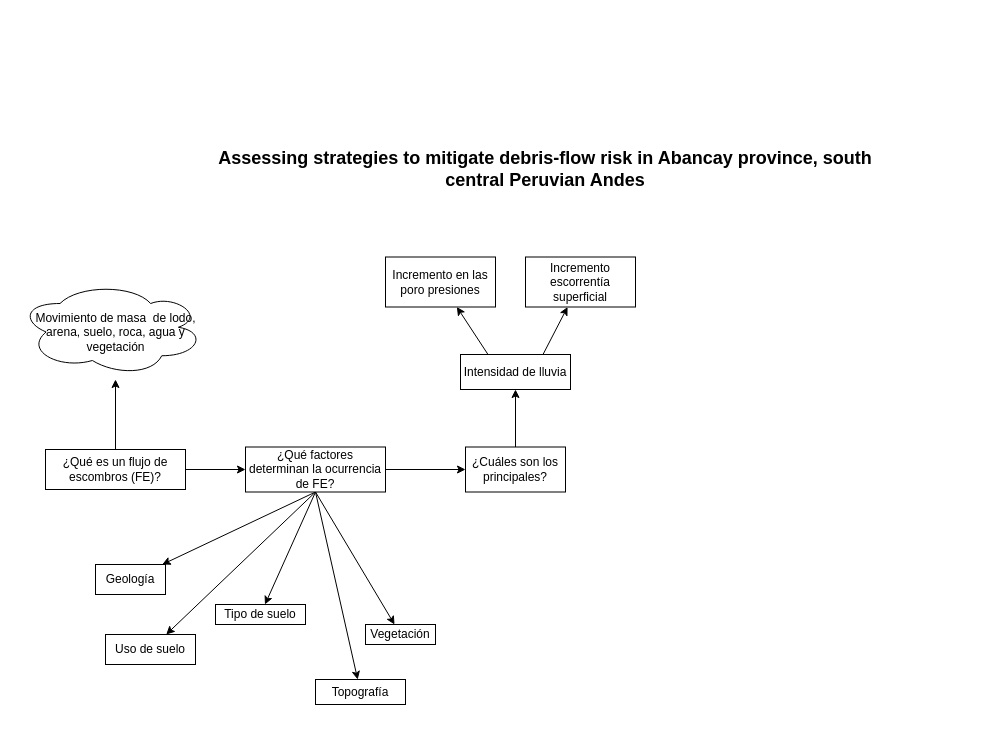
Earlier version of the draw.io diagram Morata_2019_per_paragraph.drawio (YecoG23/chatbot). Source tidied: cells renumbered, new cells numbered last; positions are measured from the earlier drawing's top-left corner, leaving out a move shared by most shapes. Both pictures are drawn from the tidied source at 100%, with x=0, y=0 at pixel (23, 144).
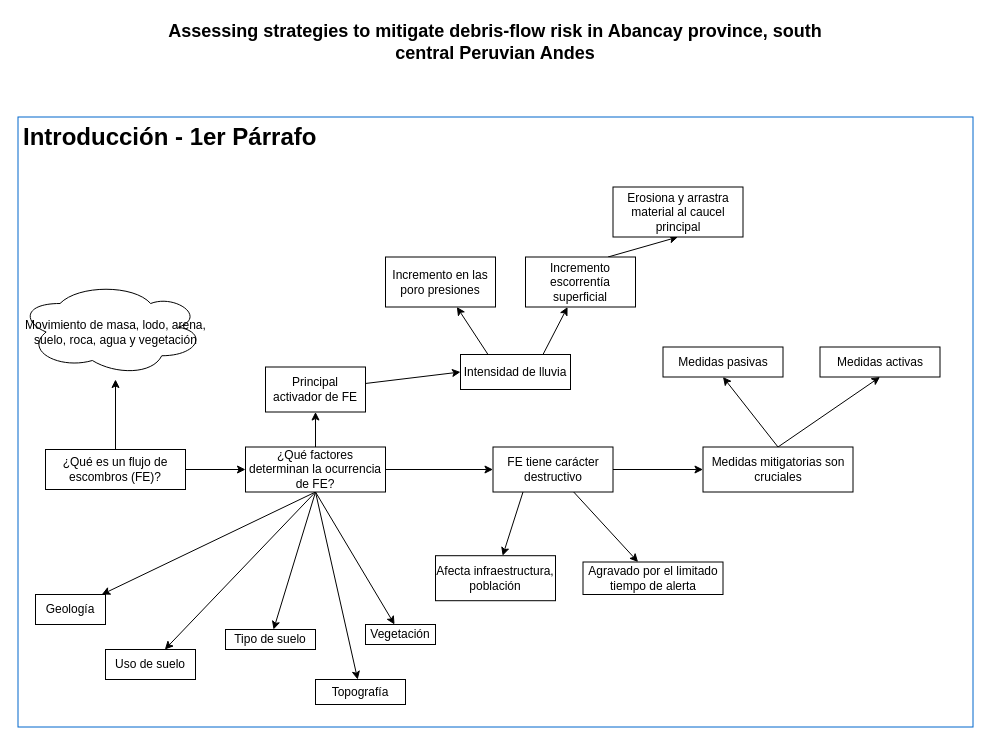
The same page after the edit.

Unchanged cells that the change refers to:
```xml
<mxCell id="14" value="¿Qué factores determinan la ocurrencia de FE?" style="rounded=0;whiteSpace=wrap;html=1;" parent="1" vertex="1">
  <mxGeometry x="222" y="302.5" width="140" height="45" as="geometry" />
</mxCell>
<mxCell id="26" value="Incremento escorrentía superficial" style="rounded=0;whiteSpace=wrap;html=1;" parent="1" vertex="1">
  <mxGeometry x="502" y="112.5" width="110" height="50" as="geometry" />
</mxCell>
<mxCell id="27" value="Intensidad de lluvia" style="rounded=0;whiteSpace=wrap;html=1;" parent="1" vertex="1">
  <mxGeometry x="437" y="210" width="110" height="35" as="geometry" />
</mxCell>
```

What changed in the source:
```diff
@@
+    <mxCell id="28" value="&lt;h1&gt;Introducción - 1er Párrafo&lt;/h1&gt;" style="text;html=1;spacing=5;spacingTop=-20;whiteSpace=wrap;overflow=hidden;rounded=0;strokeColor=#0066CC;" parent="1" vertex="1">
+      <mxGeometry x="-5.5" y="-27.5" width="955" height="610" as="geometry" />
+    </mxCell>
@@
     <mxCell id="5" value="&lt;div style=&quot;font-size: 18px&quot;&gt;&lt;font style=&quot;font-size: 18px&quot;&gt;&lt;b&gt;Assessing strategies to mitigate debris-flow risk in Abancay province,&amp;nbsp;&lt;/b&gt;&lt;/font&gt;&lt;b&gt;south central Peruvian Andes&lt;/b&gt;&lt;/div&gt;" style="text;html=1;strokeColor=none;fillColor=none;align=center;verticalAlign=middle;whiteSpace=wrap;rounded=0;" parent="1" vertex="1">
-      <mxGeometry x="192" width="660" height="50" as="geometry" />
+      <mxGeometry x="142" y="-127.5" width="660" height="50" as="geometry" />
     </mxCell>
     <mxCell id="6" style="edgeStyle=orthogonalEdgeStyle;rounded=0;orthogonalLoop=1;jettySize=auto;html=1;" parent="1" edge="1">
       <mxGeometry relative="1" as="geometry">
-        <mxPoint x="557" y="260" as="sourcePoint" />
+        <mxPoint x="489.5" y="132.5" as="sourcePoint" />
       </mxGeometry>
     </mxCell>
     <mxCell id="7" style="edgeStyle=orthogonalEdgeStyle;rounded=0;orthogonalLoop=1;jettySize=auto;html=1;" parent="1" edge="1">
       <mxGeometry relative="1" as="geometry">
-        <mxPoint x="557" y="380" as="sourcePoint" />
+        <mxPoint x="489.5" y="252.5" as="sourcePoint" />
       </mxGeometry>
     </mxCell>
@@
+    <mxCell id="29" style="edgeStyle=none;rounded=0;jettySize=auto;html=1;" parent="1" edge="1" source="14" target="35">
+      <mxGeometry relative="1" as="geometry" />
+    </mxCell>
@@
-    <mxCell id="17" style="edgeStyle=none;rounded=0;jettySize=auto;html=1;entryX=0.5;entryY=1;entryDx=0;entryDy=0;" parent="1" edge="1" source="18" target="27">
+    <mxCell id="17" style="edgeStyle=none;rounded=0;jettySize=auto;html=1;entryX=0;entryY=0.5;entryDx=0;entryDy=0;" parent="1" edge="1" source="18" target="27">
       <mxGeometry relative="1" as="geometry" />
     </mxCell>
-    <mxCell id="18" value="¿Cuáles son los principales?" style="rounded=0;whiteSpace=wrap;html=1;" parent="1" vertex="1">
-      <mxGeometry x="442" y="302.5" width="100" height="45" as="geometry" />
+    <mxCell id="18" value="Principal activador de FE" style="rounded=0;whiteSpace=wrap;html=1;" parent="1" vertex="1">
+      <mxGeometry x="242" y="222.5" width="100" height="45" as="geometry" />
     </mxCell>
     <mxCell id="19" value="Geología" style="whiteSpace=wrap;html=1;rounded=0;" parent="1" vertex="1">
-      <mxGeometry x="72" y="420" width="70" height="30" as="geometry" />
+      <mxGeometry x="12" y="450" width="70" height="30" as="geometry" />
     </mxCell>
@@
     <mxCell id="21" value="Uso de suelo" style="rounded=0;whiteSpace=wrap;html=1;" parent="1" vertex="1">
-      <mxGeometry x="82" y="490" width="90" height="30" as="geometry" />
+      <mxGeometry x="82" y="505" width="90" height="30" as="geometry" />
     </mxCell>
     <mxCell id="22" value="Tipo de suelo" style="rounded=0;whiteSpace=wrap;html=1;" parent="1" vertex="1">
-      <mxGeometry x="192" y="460" width="90" height="20" as="geometry" />
+      <mxGeometry x="202" y="485" width="90" height="20" as="geometry" />
     </mxCell>
@@
-    <mxCell id="24" value="Movimiento de masa&amp;nbsp; de lodo, arena, suelo, roca, agua y vegetación" style="ellipse;shape=cloud;whiteSpace=wrap;html=1;rounded=0;direction=west;" parent="1" vertex="1">
+    <mxCell id="24" value="Movimiento de masa, lodo, arena, suelo, roca, agua y vegetación" style="ellipse;shape=cloud;whiteSpace=wrap;html=1;rounded=0;direction=west;" parent="1" vertex="1">
       <mxGeometry x="-0.5" y="140" width="185" height="95" as="geometry" />
     </mxCell>
@@
+    <mxCell id="30" style="rounded=0;jettySize=auto;html=1;exitX=0.75;exitY=0;exitDx=0;exitDy=0;entryX=0.5;entryY=1;entryDx=0;entryDy=0;" parent="1" edge="1" source="26" target="31">
+      <mxGeometry relative="1" as="geometry" />
+    </mxCell>
@@
+    <mxCell id="31" value="Erosiona y arrastra material al caucel principal" style="rounded=0;whiteSpace=wrap;html=1;" parent="1" vertex="1">
+      <mxGeometry x="589.5" y="42.5" width="130" height="50" as="geometry" />
+    </mxCell>
+    <mxCell id="32" style="edgeStyle=none;rounded=0;jettySize=auto;html=1;" parent="1" edge="1" source="35" target="36">
+      <mxGeometry relative="1" as="geometry" />
+    </mxCell>
+    <mxCell id="33" style="edgeStyle=none;rounded=0;jettySize=auto;html=1;exitX=0.25;exitY=1;exitDx=0;exitDy=0;" parent="1" edge="1" source="35" target="37">
+      <mxGeometry relative="1" as="geometry" />
+    </mxCell>
+    <mxCell id="34" style="edgeStyle=none;rounded=0;jettySize=auto;html=1;" parent="1" edge="1" source="35" target="40">
+      <mxGeometry relative="1" as="geometry" />
+    </mxCell>
+    <mxCell id="35" value="FE tiene carácter destructivo" style="whiteSpace=wrap;html=1;rounded=0;" parent="1" vertex="1">
+      <mxGeometry x="469.5" y="302.5" width="120" height="45" as="geometry" />
+    </mxCell>
+    <mxCell id="36" value="Agravado por el limitado tiempo de alerta" style="whiteSpace=wrap;html=1;rounded=0;" parent="1" vertex="1">
+      <mxGeometry x="559.5" y="417.5" width="140" height="32.5" as="geometry" />
+    </mxCell>
+    <mxCell id="37" value="Afecta infraestructura, población" style="rounded=0;whiteSpace=wrap;html=1;" parent="1" vertex="1">
+      <mxGeometry x="412" y="411.2" width="120" height="45" as="geometry" />
+    </mxCell>
+    <mxCell id="38" style="edgeStyle=none;rounded=0;jettySize=auto;html=1;exitX=0.5;exitY=0;exitDx=0;exitDy=0;entryX=0.5;entryY=1;entryDx=0;entryDy=0;" parent="1" edge="1" source="40" target="41">
+      <mxGeometry relative="1" as="geometry" />
+    </mxCell>
+    <mxCell id="39" style="edgeStyle=none;rounded=0;jettySize=auto;html=1;exitX=0.5;exitY=0;exitDx=0;exitDy=0;entryX=0.5;entryY=1;entryDx=0;entryDy=0;" parent="1" edge="1" source="40" target="42">
+      <mxGeometry relative="1" as="geometry" />
+    </mxCell>
+    <mxCell id="40" value="Medidas mitigatorias son cruciales" style="whiteSpace=wrap;html=1;rounded=0;" parent="1" vertex="1">
+      <mxGeometry x="679.5" y="302.5" width="150" height="45" as="geometry" />
+    </mxCell>
+    <mxCell id="41" value="Medidas pasivas" style="rounded=0;whiteSpace=wrap;html=1;" parent="1" vertex="1">
+      <mxGeometry x="639.5" y="202.5" width="120" height="30" as="geometry" />
+    </mxCell>
+    <mxCell id="42" value="Medidas activas" style="rounded=0;whiteSpace=wrap;html=1;" parent="1" vertex="1">
+      <mxGeometry x="796.5" y="202.5" width="120" height="30" as="geometry" />
+    </mxCell>
```
